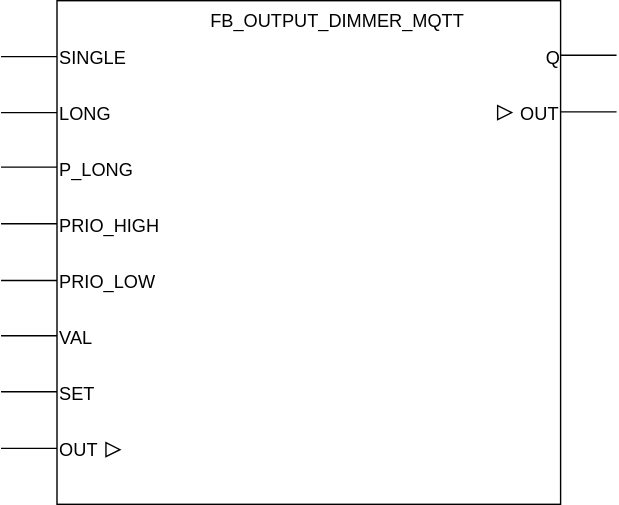
Before: docs/_img/FB_OUTPUT_DIMMER_MQTT.svg, a diagram exported from draw.io (MichielVanwelsenaere/HomeAutomation.CoDeSys3). Source tidied: cells renumbered, new cells last; positions are measured from the earlier drawing's top-left corner, leaving out a move shared by most shapes.
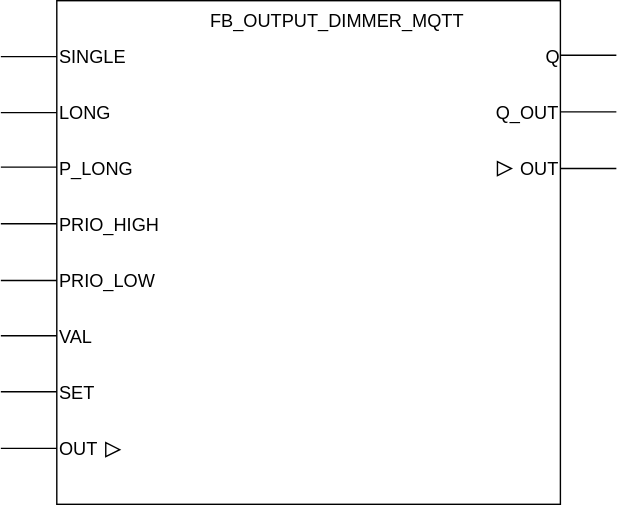
The same diagram one commit later.

What changed in the source:
```diff
@@ -32,7 +32,7 @@
     <mxCell id="7" value="Q" style="text;html=1;strokeColor=none;fillColor=none;align=right;verticalAlign=middle;whiteSpace=wrap;rounded=0;fontSize=13;" parent="1" vertex="1">
       <mxGeometry x="320" y="30" width="80" height="20" as="geometry" />
     </mxCell>
-    <mxCell id="8" value="&lt;div style=&quot;text-align: right&quot;&gt;&lt;span&gt;OUT&lt;/span&gt;&lt;/div&gt;" style="text;html=1;strokeColor=none;fillColor=none;align=right;verticalAlign=middle;whiteSpace=wrap;rounded=0;fontSize=13;" parent="1" vertex="1">
+    <mxCell id="8" value="&lt;div style=&quot;text-align: right&quot;&gt;&lt;span&gt;Q_OUT&lt;/span&gt;&lt;/div&gt;" style="text;html=1;strokeColor=none;fillColor=none;align=right;verticalAlign=middle;whiteSpace=wrap;rounded=0;fontSize=13;" parent="1" vertex="1">
       <mxGeometry x="320" y="70" width="80" height="20" as="geometry" />
     </mxCell>
     <mxCell id="9" style="endArrow=none;html=1;fontSize=13;" parent="1" edge="1">
@@ -105,7 +105,7 @@
       <mxGeometry x="75" y="316" width="10" height="10" as="geometry" />
     </mxCell>
     <mxCell id="21" style="triangle;whiteSpace=wrap;html=1;" parent="1" vertex="1">
-      <mxGeometry x="355" y="75" width="10" height="10" as="geometry" />
+      <mxGeometry x="355" y="115" width="10" height="10" as="geometry" />
     </mxCell>
     <mxCell id="22" style="endArrow=none;html=1;fontSize=13;" parent="1" edge="1">
       <mxGeometry relative="1" as="geometry">
@@ -131,5 +131,14 @@
     <mxCell id="25" value="PRIO_HIGH" style="text;html=1;strokeColor=none;fillColor=none;align=left;verticalAlign=middle;whiteSpace=wrap;rounded=0;fontSize=13;" parent="1" vertex="1">
       <mxGeometry x="40" y="150" width="80" height="20" as="geometry" />
     </mxCell>
+    <mxCell id="26" value="&lt;div style=&quot;text-align: right&quot;&gt;&lt;span&gt;OUT&lt;/span&gt;&lt;/div&gt;" style="text;html=1;strokeColor=none;fillColor=none;align=right;verticalAlign=middle;whiteSpace=wrap;rounded=0;fontSize=13;" parent="1" vertex="1">
+      <mxGeometry x="320" y="110" width="80" height="20" as="geometry" />
+    </mxCell>
+    <mxCell id="27" style="endArrow=none;html=1;fontSize=13;" parent="1" edge="1">
+      <mxGeometry relative="1" as="geometry">
+        <mxPoint x="400" y="120" as="sourcePoint" />
+        <mxPoint x="440" y="120" as="targetPoint" />
+      </mxGeometry>
+    </mxCell>
   </root>
 </mxGraphModel>
```
